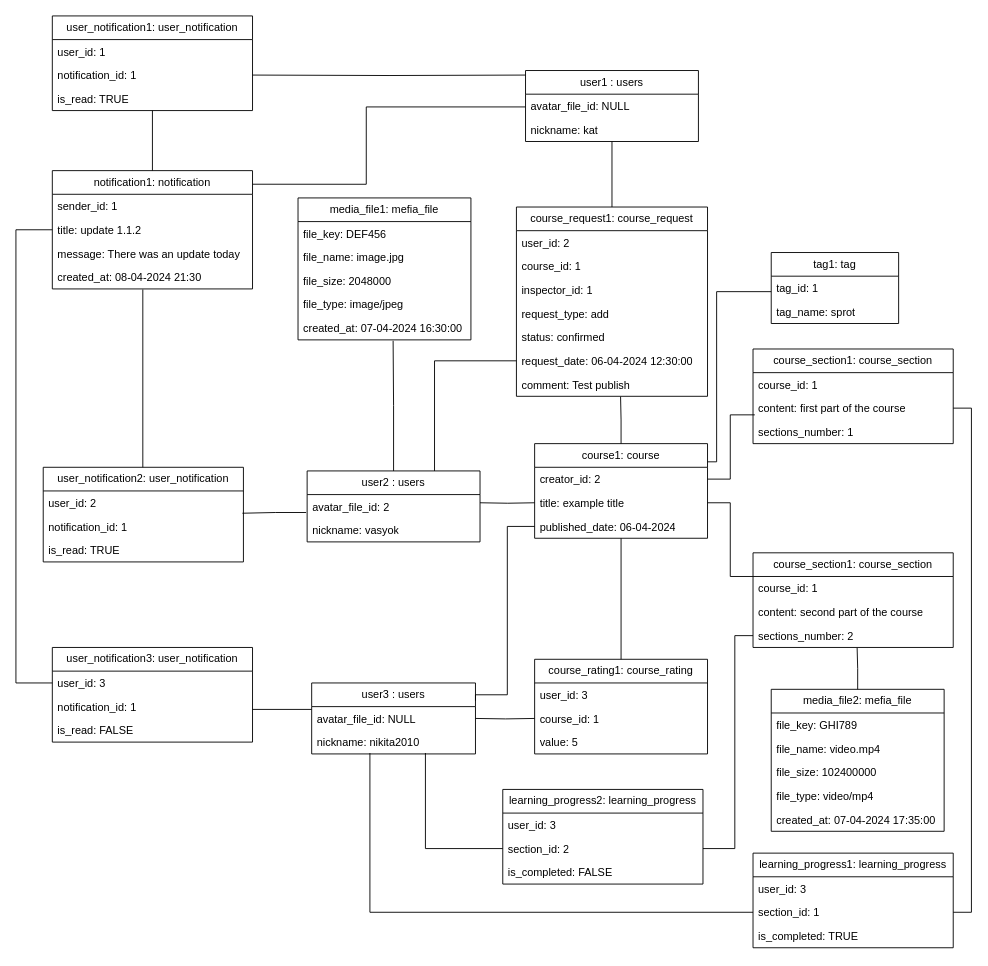
Before: diagrams/Диаграмма объектов (Object diagram)/Диаграмма объектов.drawio in sahland/9.5-Team, a draw.io diagram. Source tidied: cells renumbered, new cells numbered last; positions are measured from the earlier drawing's top-left corner, leaving out a move shared by most shapes. Both pictures are drawn from the tidied source at 91%, with x=0, y=0 at pixel (15, 15).
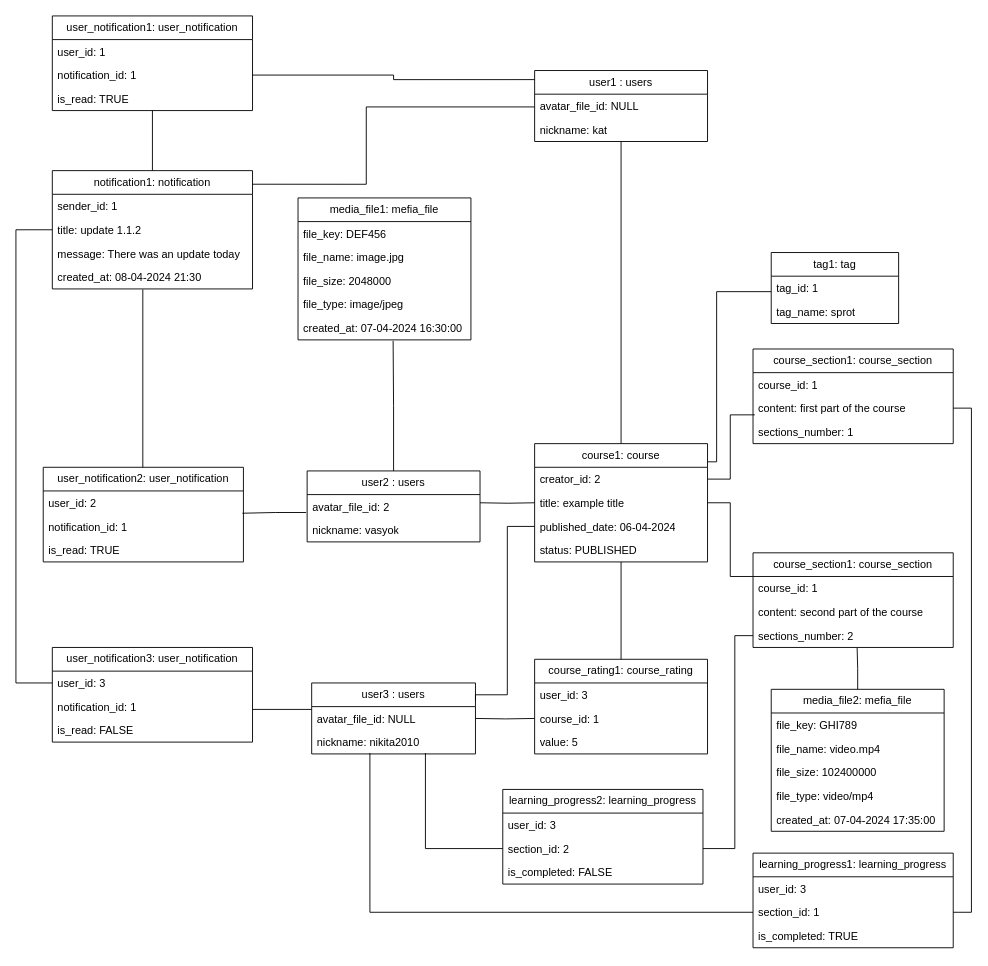
The same page after the edit.

The change refers to these unchanged cells:
```xml
<mxCell id="3" value="user2 : users" style="swimlane;fontStyle=0;horizontal=1;startSize=26;fillColor=none;whiteSpace=wrap;html=1;" parent="1" vertex="1">
  <mxGeometry x="320" y="500" width="190" height="78" as="geometry" />
</mxCell>
<mxCell id="79" value="notification_id: 1" style="text;strokeColor=none;fillColor=none;align=left;verticalAlign=top;spacingLeft=4;spacingRight=4;overflow=hidden;points=[[0,0.5],[1,0.5]];portConstraint=eastwest;whiteSpace=wrap;html=1;" parent="77" vertex="1">
  <mxGeometry y="52" width="220" height="26" as="geometry" />
</mxCell>
```

Diff of the diagram source:
```diff
@@
-    <mxCell id="2" style="edgeStyle=orthogonalEdgeStyle;rounded=0;jettySize=auto;html=1;entryX=0;entryY=0.5;entryDx=0;entryDy=0;endArrow=none;endFill=0;" parent="1" edge="1" source="3" target="64">
-      <mxGeometry relative="1" as="geometry">
-        <Array as="points">
-          <mxPoint x="460" y="379" />
-        </Array>
-      </mxGeometry>
-    </mxCell>
@@
     <mxCell id="14" value="course1: course" style="swimlane;fontStyle=0;horizontal=1;startSize=26;fillColor=none;whiteSpace=wrap;html=1;" parent="1" vertex="1">
-      <mxGeometry x="570" y="470" width="190" height="104" as="geometry" />
+      <mxGeometry x="570" y="470" width="190" height="130" as="geometry" />
     </mxCell>
@@
+    <mxCell id="98" value="status:&amp;nbsp;PUBLISHED" style="text;strokeColor=none;fillColor=none;align=left;verticalAlign=top;spacingLeft=4;spacingRight=4;overflow=hidden;whiteSpace=wrap;html=1;" parent="14" vertex="1">
+      <mxGeometry y="104" width="190" height="26" as="geometry" />
+    </mxCell>
@@
-    <mxCell id="58" value="course_request1: course_request" style="swimlane;fontStyle=0;horizontal=1;startSize=26;fillColor=none;whiteSpace=wrap;html=1;" parent="1" vertex="1">
-      <mxGeometry x="550" y="210" width="210" height="208" as="geometry" />
-    </mxCell>
-    <mxCell id="59" value="user_id: 2" style="text;strokeColor=none;fillColor=none;align=left;verticalAlign=top;spacingLeft=4;spacingRight=4;overflow=hidden;whiteSpace=wrap;html=1;" parent="58" vertex="1">
-      <mxGeometry y="26" width="210" height="26" as="geometry" />
-    </mxCell>
-    <mxCell id="60" value="course_id: 1" style="text;strokeColor=none;fillColor=none;align=left;verticalAlign=top;spacingLeft=4;spacingRight=4;overflow=hidden;whiteSpace=wrap;html=1;" parent="58" vertex="1">
-      <mxGeometry y="52" width="210" height="26" as="geometry" />
-    </mxCell>
-    <mxCell id="61" value="inspector_id: 1" style="text;strokeColor=none;fillColor=none;align=left;verticalAlign=top;spacingLeft=4;spacingRight=4;overflow=hidden;whiteSpace=wrap;html=1;" parent="58" vertex="1">
-      <mxGeometry y="78" width="210" height="26" as="geometry" />
-    </mxCell>
-    <mxCell id="62" value="request_type: add" style="text;strokeColor=none;fillColor=none;align=left;verticalAlign=top;spacingLeft=4;spacingRight=4;overflow=hidden;whiteSpace=wrap;html=1;" parent="58" vertex="1">
-      <mxGeometry y="104" width="210" height="26" as="geometry" />
-    </mxCell>
-    <mxCell id="63" value="status: confirmed" style="text;strokeColor=none;fillColor=none;align=left;verticalAlign=top;spacingLeft=4;spacingRight=4;overflow=hidden;whiteSpace=wrap;html=1;" parent="58" vertex="1">
-      <mxGeometry y="130" width="210" height="26" as="geometry" />
-    </mxCell>
-    <mxCell id="64" value="request_date: 06-04-2024 12:30:00" style="text;strokeColor=none;fillColor=none;align=left;verticalAlign=top;spacingLeft=4;spacingRight=4;overflow=hidden;points=[[0,0.5],[1,0.5]];portConstraint=eastwest;whiteSpace=wrap;html=1;" parent="58" vertex="1">
-      <mxGeometry y="156" width="210" height="26" as="geometry" />
-    </mxCell>
-    <mxCell id="65" value="comment: Test publish" style="text;strokeColor=none;fillColor=none;align=left;verticalAlign=top;spacingLeft=4;spacingRight=4;overflow=hidden;points=[[0,0.5],[1,0.5]];portConstraint=eastwest;whiteSpace=wrap;html=1;" parent="58" vertex="1">
-      <mxGeometry y="182" width="210" height="26" as="geometry" />
-    </mxCell>
     <mxCell id="66" value="user1 : users" style="swimlane;fontStyle=0;horizontal=1;startSize=26;fillColor=none;whiteSpace=wrap;html=1;" parent="1" vertex="1">
-      <mxGeometry x="560" y="60" width="190" height="78" as="geometry" />
+      <mxGeometry x="570" y="60" width="190" height="78" as="geometry" />
     </mxCell>
@@
-    <mxCell id="70" style="edgeStyle=orthogonalEdgeStyle;rounded=0;jettySize=auto;html=1;entryX=0.545;entryY=1.016;entryDx=0;entryDy=0;entryPerimeter=0;endArrow=none;endFill=0;" parent="1" edge="1" source="14" target="65">
-      <mxGeometry relative="1" as="geometry" />
-    </mxCell>
-    <mxCell id="71" style="edgeStyle=orthogonalEdgeStyle;rounded=0;jettySize=auto;html=1;entryX=0.5;entryY=0;entryDx=0;entryDy=0;endArrow=none;endFill=0;" parent="1" edge="1" source="66" target="58">
+    <mxCell id="71" style="edgeStyle=orthogonalEdgeStyle;rounded=0;jettySize=auto;html=1;entryX=0.5;entryY=0;entryDx=0;entryDy=0;endArrow=none;endFill=0;" parent="1" edge="1" source="66" target="14">
       <mxGeometry relative="1" as="geometry" />
     </mxCell>
@@
-    <mxCell id="89" style="edgeStyle=orthogonalEdgeStyle;rounded=0;jettySize=auto;html=1;entryX=1;entryY=0.5;entryDx=0;entryDy=0;endArrow=none;endFill=0;" parent="1" edge="1" target="79">
-      <mxGeometry relative="1" as="geometry">
-        <mxPoint x="560" y="65" as="sourcePoint" />
-      </mxGeometry>
+    <mxCell id="89" style="edgeStyle=orthogonalEdgeStyle;rounded=0;jettySize=auto;html=1;entryX=1;entryY=0.5;entryDx=0;entryDy=0;endArrow=none;endFill=0;exitX=0;exitY=0.128;exitDx=0;exitDy=0;exitPerimeter=0;" parent="1" edge="1" source="66" target="79">
+      <mxGeometry relative="1" as="geometry" />
     </mxCell>
```
